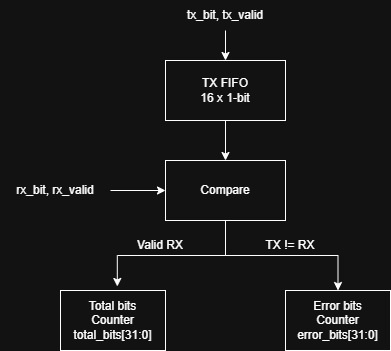
Above: docs/diagrams/ber_counter.png in Chun241006/BPSK-Verilog-Communication-System (draw.io), before the change. Source tidied: cells renumbered, new cells last; positions are measured from the earlier drawing's top-left corner, leaving out a move shared by most shapes.
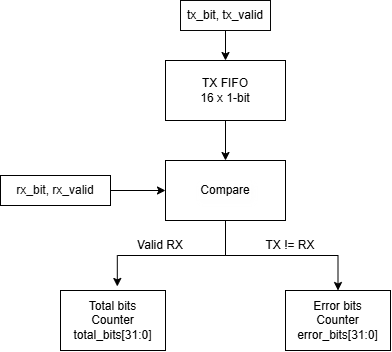
After the change.

Commit message:
Finalize COS201 report and design diagrams

The edit, as a diff of the source:
```diff
@@ -1,44 +1,44 @@
-<mxGraphModel>
+<mxGraphModel background="light-dark(#FFFFFF,#FFFFFF)">
   <root>
     <mxCell id="0" />
     <mxCell id="1" parent="0" />
-    <mxCell id="2" style="edgeStyle=orthogonalEdgeStyle;rounded=0;jettySize=auto;html=1;defaultLabelBackgroundColor=page;" parent="1" edge="1" source="3" target="5">
+    <mxCell id="2" style="edgeStyle=orthogonalEdgeStyle;rounded=0;jettySize=auto;html=1;defaultLabelBackgroundColor=page;strokeColor=light-dark(#000000,#000000);" parent="1" edge="1" source="3" target="5">
       <mxGeometry relative="1" as="geometry" />
     </mxCell>
-    <mxCell id="3" value="tx_bit, tx_valid" style="text;html=1;whiteSpace=wrap;strokeColor=none;fillColor=none;align=center;verticalAlign=middle;rounded=0;" parent="1" vertex="1">
+    <mxCell id="3" value="tx_bit, tx_valid" style="text;html=1;whiteSpace=wrap;strokeColor=light-dark(transparent,#060606);fillColor=none;align=center;verticalAlign=middle;rounded=0;fontColor=light-dark(#000000,#000000);" parent="1" vertex="1">
       <mxGeometry x="180" width="90" height="30" as="geometry" />
     </mxCell>
-    <mxCell id="4" style="edgeStyle=orthogonalEdgeStyle;rounded=0;jettySize=auto;html=1;defaultLabelBackgroundColor=page;" parent="1" edge="1" source="5" target="7">
+    <mxCell id="4" style="edgeStyle=orthogonalEdgeStyle;rounded=0;jettySize=auto;html=1;defaultLabelBackgroundColor=page;strokeColor=light-dark(#000000,#000000);" parent="1" edge="1" source="5" target="7">
       <mxGeometry relative="1" as="geometry" />
     </mxCell>
-    <mxCell id="5" value="&lt;div&gt;TX FIFO&lt;/div&gt;&lt;div&gt;16 x 1-bit&lt;/div&gt;" style="rounded=0;whiteSpace=wrap;html=1;" parent="1" vertex="1">
+    <mxCell id="5" value="&lt;div&gt;TX FIFO&lt;/div&gt;&lt;div&gt;16 x 1-bit&lt;/div&gt;" style="rounded=0;whiteSpace=wrap;html=1;fillColor=light-dark(#FFFFFF,#FFFFFF);strokeColor=light-dark(#000000,#000000);fontColor=light-dark(#000000,#000000);" parent="1" vertex="1">
       <mxGeometry x="165" y="60" width="120" height="60" as="geometry" />
     </mxCell>
-    <mxCell id="6" style="edgeStyle=orthogonalEdgeStyle;rounded=0;jettySize=auto;html=1;entryX=0.5;entryY=0;entryDx=0;entryDy=0;defaultLabelBackgroundColor=page;" parent="1" edge="1" source="7" target="11">
+    <mxCell id="6" style="edgeStyle=orthogonalEdgeStyle;rounded=0;jettySize=auto;html=1;entryX=0.5;entryY=0;entryDx=0;entryDy=0;defaultLabelBackgroundColor=page;strokeColor=light-dark(#000000,#000000);" parent="1" edge="1" source="7" target="11">
       <mxGeometry relative="1" as="geometry" />
     </mxCell>
-    <mxCell id="7" value="Compare" style="rounded=0;whiteSpace=wrap;html=1;" parent="1" vertex="1">
+    <mxCell id="7" value="Compare" style="rounded=0;whiteSpace=wrap;html=1;fillColor=light-dark(#000000,#FFFFFF);fillStyle=auto;strokeColor=light-dark(transparent,#000000);textShadow=1;labelBorderColor=default;fontColor=light-dark(#000000,#000000);" parent="1" vertex="1">
       <mxGeometry x="165" y="160" width="120" height="60" as="geometry" />
     </mxCell>
-    <mxCell id="8" style="edgeStyle=orthogonalEdgeStyle;rounded=0;jettySize=auto;html=1;defaultLabelBackgroundColor=page;" parent="1" edge="1" source="9" target="7">
+    <mxCell id="8" style="edgeStyle=orthogonalEdgeStyle;rounded=0;jettySize=auto;html=1;defaultLabelBackgroundColor=page;strokeColor=light-dark(#000000,#000000);" parent="1" edge="1" source="9" target="7">
       <mxGeometry relative="1" as="geometry" />
     </mxCell>
-    <mxCell id="9" value="rx_bit, rx_valid" style="text;html=1;whiteSpace=wrap;strokeColor=none;fillColor=none;align=center;verticalAlign=middle;rounded=0;" parent="1" vertex="1">
+    <mxCell id="9" value="rx_bit, rx_valid" style="text;html=1;whiteSpace=wrap;strokeColor=light-dark(#000000,#000000);fillColor=none;align=center;verticalAlign=middle;rounded=0;fontColor=light-dark(#000000,#0A0A0A);" parent="1" vertex="1">
       <mxGeometry y="175" width="110" height="30" as="geometry" />
     </mxCell>
-    <mxCell id="10" value="Total bits&lt;div&gt;Counter&lt;/div&gt;&lt;div&gt;total_bits[31:0]&lt;/div&gt;" style="rounded=0;whiteSpace=wrap;html=1;" parent="1" vertex="1">
+    <mxCell id="10" value="Total bits&lt;div&gt;Counter&lt;/div&gt;&lt;div&gt;total_bits[31:0]&lt;/div&gt;" style="rounded=0;whiteSpace=wrap;html=1;fillColor=light-dark(#FFFFFF,#FFFFFF);strokeColor=light-dark(#000000,#000000);fontColor=light-dark(#000000,#000000);" parent="1" vertex="1">
       <mxGeometry x="60" y="290" width="105" height="60" as="geometry" />
     </mxCell>
-    <mxCell id="11" value="Error bits&lt;div&gt;Counter&lt;/div&gt;&lt;div&gt;error_bits[31:0]&lt;/div&gt;" style="rounded=0;whiteSpace=wrap;html=1;" parent="1" vertex="1">
+    <mxCell id="11" value="Error bits&lt;div&gt;Counter&lt;/div&gt;&lt;div&gt;error_bits[31:0]&lt;/div&gt;" style="rounded=0;whiteSpace=wrap;html=1;fontColor=light-dark(#000000,#000000);fillColor=light-dark(#FFFFFF,#FFFFFF);strokeColor=light-dark(#000000,#000000);" parent="1" vertex="1">
       <mxGeometry x="285" y="290" width="105" height="60" as="geometry" />
     </mxCell>
-    <mxCell id="12" style="edgeStyle=orthogonalEdgeStyle;rounded=0;jettySize=auto;html=1;entryX=0.541;entryY=-0.067;entryDx=0;entryDy=0;entryPerimeter=0;defaultLabelBackgroundColor=page;" parent="1" edge="1" source="7" target="10">
+    <mxCell id="12" style="edgeStyle=orthogonalEdgeStyle;rounded=0;jettySize=auto;html=1;entryX=0.541;entryY=-0.067;entryDx=0;entryDy=0;entryPerimeter=0;defaultLabelBackgroundColor=page;strokeColor=light-dark(#000000,#000000);" parent="1" edge="1" source="7" target="10">
       <mxGeometry relative="1" as="geometry" />
     </mxCell>
-    <mxCell id="13" value="Valid RX" style="text;html=1;whiteSpace=wrap;strokeColor=none;fillColor=none;align=center;verticalAlign=middle;rounded=0;" parent="1" vertex="1">
+    <mxCell id="13" value="Valid RX" style="text;html=1;whiteSpace=wrap;strokeColor=none;fillColor=none;align=center;verticalAlign=middle;rounded=0;fontColor=light-dark(#000000,#000000);" parent="1" vertex="1">
       <mxGeometry x="130" y="230" width="60" height="30" as="geometry" />
     </mxCell>
-    <mxCell id="14" value="TX != RX" style="text;html=1;whiteSpace=wrap;strokeColor=none;fillColor=none;align=center;verticalAlign=middle;rounded=0;" parent="1" vertex="1">
+    <mxCell id="14" value="TX != RX" style="text;html=1;whiteSpace=wrap;strokeColor=none;fillColor=none;align=center;verticalAlign=middle;rounded=0;fontColor=light-dark(#000000,#060606);" parent="1" vertex="1">
       <mxGeometry x="260" y="230" width="60" height="30" as="geometry" />
     </mxCell>
   </root>
```
